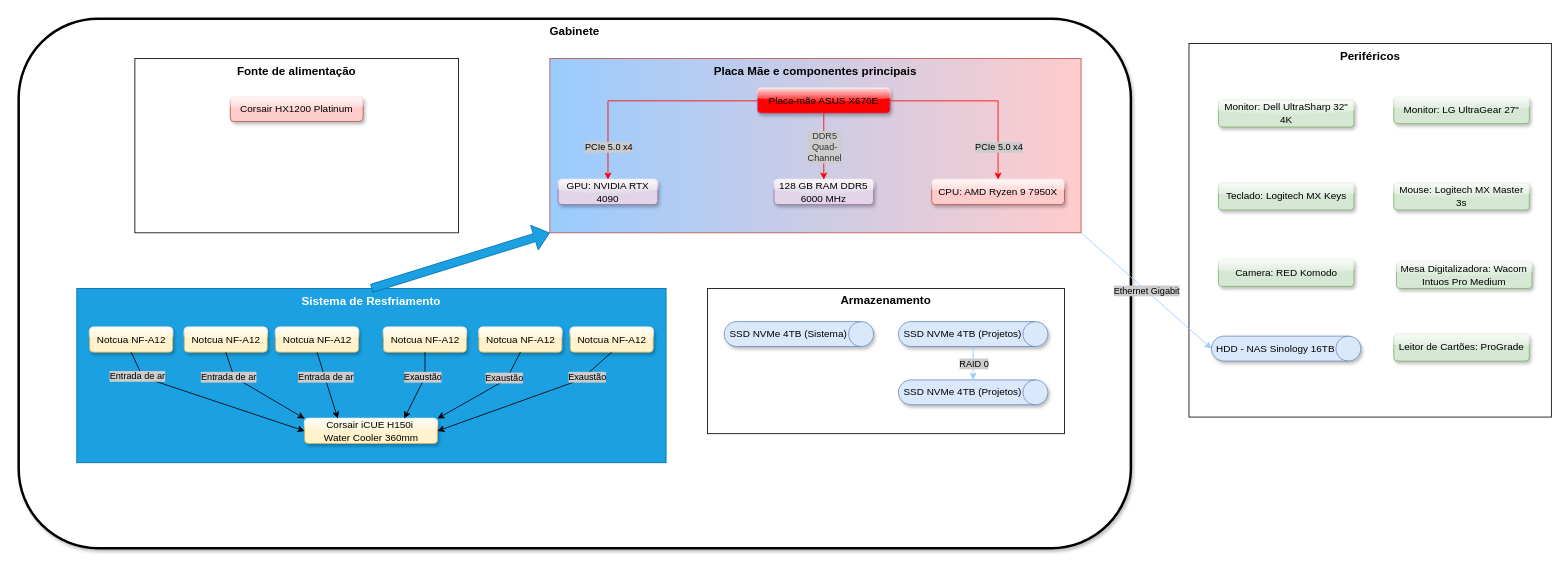
Leopoldofca/Unyleya_1Sem keeps this draw.io diagram as Diagrama sem nome.drawio. Above is the earlier version. Source tidied: cells renumbered, new cells numbered last; positions are measured from the earlier drawing's top-left corner, leaving out a move shared by most shapes. Both pictures are drawn from the tidied source at 83%, with x=0, y=0 at pixel (18, 18).
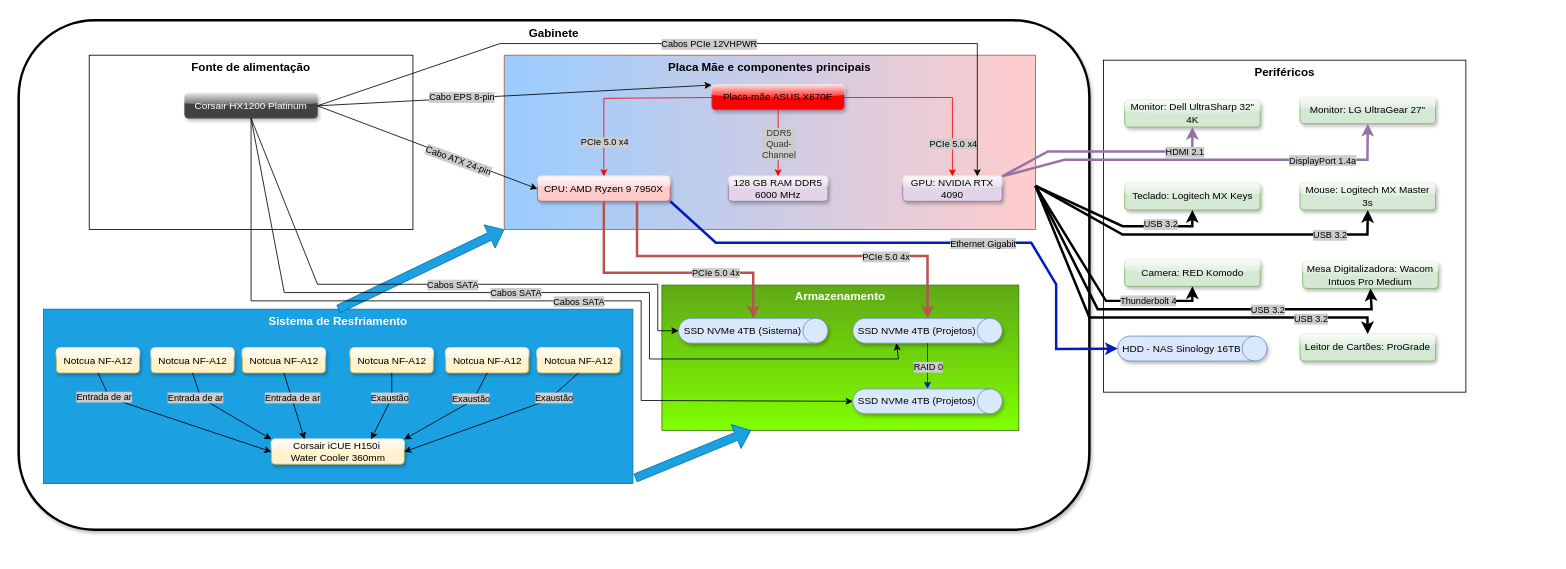
The same page after the edit.

The edit, as a diff of the source:
```diff
@@
     <mxCell id="2" value="Gabinete" style="rounded=1;whiteSpace=wrap;html=1;fontSize=14;fontStyle=1;verticalAlign=top;labelBackgroundColor=default;glass=0;shadow=1;strokeWidth=3;" parent="1" vertex="1">
-      <mxGeometry width="1340" height="638" as="geometry" />
+      <mxGeometry y="1.8" width="1290" height="614" as="geometry" />
     </mxCell>
     <mxCell id="3" value="Fonte de alimentação" style="rounded=0;whiteSpace=wrap;html=1;fontSize=14;verticalAlign=top;fontStyle=1;" parent="1" vertex="1">
-      <mxGeometry x="140" y="48" width="390" height="210" as="geometry" />
+      <mxGeometry x="85" y="44" width="390" height="210" as="geometry" />
     </mxCell>
     <mxCell id="4" value="Placa Mãe e componentes principais" style="rounded=0;whiteSpace=wrap;html=1;verticalAlign=top;fontSize=14;fontStyle=1;fillColor=#99CCFF;gradientColor=#FFCCCC;strokeColor=#b85450;gradientDirection=east;" parent="1" vertex="1">
-      <mxGeometry x="640" y="48" width="640" height="210" as="geometry" />
+      <mxGeometry x="585" y="44" width="640" height="210" as="geometry" />
     </mxCell>
-    <mxCell id="5" value="&lt;div&gt;&lt;br&gt;&lt;/div&gt;&lt;div&gt;&lt;br&gt;&lt;/div&gt;Armazenamento" style="rounded=0;whiteSpace=wrap;html=1;glass=0;labelPosition=center;verticalLabelPosition=middle;align=center;verticalAlign=top;horizontal=1;spacingTop=-35;fontStyle=1;fontSize=14;" parent="1" vertex="1">
-      <mxGeometry x="830" y="325" width="430" height="175" as="geometry" />
+    <mxCell id="5" value="&lt;div&gt;&lt;br&gt;&lt;/div&gt;&lt;div&gt;&lt;br&gt;&lt;/div&gt;Armazenamento" style="rounded=0;whiteSpace=wrap;html=1;glass=0;labelPosition=center;verticalLabelPosition=middle;align=center;verticalAlign=top;horizontal=1;spacingTop=-35;fontStyle=1;fontSize=14;labelBackgroundColor=none;fillColor=#60a917;strokeColor=#2D7600;fontColor=#ffffff;gradientColor=#80FF00;gradientDirection=south;" parent="1" vertex="1">
+      <mxGeometry x="775" y="321" width="430" height="175" as="geometry" />
     </mxCell>
     <mxCell id="6" value="Sistema de Resfriamento" style="rounded=0;whiteSpace=wrap;html=1;fontSize=14;fontStyle=1;verticalAlign=top;fillColor=#1ba1e2;fontColor=#ffffff;strokeColor=#006EAF;" parent="1" vertex="1">
-      <mxGeometry x="70" y="325" width="710" height="210" as="geometry" />
+      <mxGeometry x="30" y="350" width="710" height="210" as="geometry" />
     </mxCell>
     <mxCell id="7" value="Periféricos" style="rounded=0;whiteSpace=wrap;html=1;labelPosition=center;verticalLabelPosition=middle;align=center;verticalAlign=top;fontStyle=1;fontSize=14;" parent="1" vertex="1">
-      <mxGeometry x="1410" y="30" width="436.6" height="450" as="geometry" />
+      <mxGeometry x="1307" y="50" width="436.6" height="400" as="geometry" />
     </mxCell>
     <mxCell id="8" value="SSD NVMe 4TB (Sistema)" style="shape=cylinder3;whiteSpace=wrap;html=1;boundedLbl=1;backgroundOutline=1;size=15;direction=south;fillColor=#dae8fc;strokeColor=#6c8ebf;shadow=1;rounded=1;glass=1;align=center;verticalAlign=middle;fontFamily=Helvetica;fontSize=12;fontColor=default;gradientColor=none;" parent="1" vertex="1">
-      <mxGeometry x="850" y="365" width="180" height="30" as="geometry" />
+      <mxGeometry x="795" y="361" width="180" height="30" as="geometry" />
     </mxCell>
     <mxCell id="9" value="HDD - NAS Sinology 16TB" style="shape=cylinder3;whiteSpace=wrap;html=1;boundedLbl=1;backgroundOutline=1;size=15;direction=south;fillColor=#dae8fc;strokeColor=#6c8ebf;shadow=1;rounded=1;glass=1;align=center;verticalAlign=middle;fontFamily=Helvetica;fontSize=12;fontColor=default;gradientColor=none;" parent="1" vertex="1">
-      <mxGeometry x="1437.1" y="382.5" width="180" height="30" as="geometry" />
+      <mxGeometry x="1324.1" y="382.5" width="180" height="30" as="geometry" />
     </mxCell>
     <mxCell id="10" value="Placa-mãe ASUS X670E" style="rounded=1;whiteSpace=wrap;html=1;fillColor=#FF0000;strokeColor=#9673a6;glass=1;shadow=1;" parent="1" vertex="1">
-      <mxGeometry x="890" y="84" width="160" height="30" as="geometry" />
+      <mxGeometry x="835" y="80" width="160" height="30" as="geometry" />
     </mxCell>
     <mxCell id="11" value="GPU: NVIDIA RTX 4090" style="rounded=1;whiteSpace=wrap;html=1;fillColor=#e1d5e7;strokeColor=#9673a6;glass=1;shadow=1;" parent="1" vertex="1">
-      <mxGeometry x="650" y="194" width="120" height="30" as="geometry" />
+      <mxGeometry x="1065" y="190" width="120" height="30" as="geometry" />
     </mxCell>
     <mxCell id="12" value="128 GB RAM DDR5 6000 MHz" style="rounded=1;whiteSpace=wrap;html=1;fillColor=#e1d5e7;strokeColor=#9673a6;glass=1;shadow=1;" parent="1" vertex="1">
-      <mxGeometry x="910" y="194" width="120" height="30" as="geometry" />
+      <mxGeometry x="855" y="190" width="120" height="30" as="geometry" />
     </mxCell>
     <mxCell id="13" value="CPU: AMD Ryzen 9 7950X" style="rounded=1;whiteSpace=wrap;html=1;fillColor=#FFCCCC;strokeColor=#b85450;glass=1;shadow=1;" parent="1" vertex="1">
-      <mxGeometry x="1100" y="194" width="160" height="30" as="geometry" />
+      <mxGeometry x="625" y="190" width="160" height="30" as="geometry" />
     </mxCell>
     <mxCell id="14" style="group;" parent="1" vertex="1">
-      <mxGeometry x="85.5" y="371.8" width="679" height="140" as="geometry" />
+      <mxGeometry x="45.5" y="396.8" width="679" height="140" as="geometry" />
     </mxCell>
@@
     <mxCell id="34" value="SSD NVMe 4TB (Projetos)" style="shape=cylinder3;whiteSpace=wrap;html=1;boundedLbl=1;backgroundOutline=1;size=15;direction=south;fillColor=#dae8fc;strokeColor=#6c8ebf;shadow=1;rounded=1;glass=1;align=center;verticalAlign=middle;fontFamily=Helvetica;fontSize=12;fontColor=default;gradientColor=none;" parent="1" vertex="1">
-      <mxGeometry x="1060" y="365" width="180" height="30" as="geometry" />
+      <mxGeometry x="1005" y="361" width="180" height="30" as="geometry" />
     </mxCell>
     <mxCell id="35" value="SSD NVMe 4TB (Projetos)" style="shape=cylinder3;whiteSpace=wrap;html=1;boundedLbl=1;backgroundOutline=1;size=15;direction=south;fillColor=#dae8fc;strokeColor=#6c8ebf;shadow=1;rounded=1;glass=1;align=center;verticalAlign=middle;fontFamily=Helvetica;fontSize=12;fontColor=default;gradientColor=none;" parent="1" vertex="1">
-      <mxGeometry x="1060" y="435.2" width="180" height="30" as="geometry" />
+      <mxGeometry x="1005" y="446" width="180" height="30" as="geometry" />
     </mxCell>
-    <mxCell id="36" style="endArrow=classic;html=1;rounded=0;exitX=1;exitY=0.5;exitDx=0;exitDy=0;exitPerimeter=0;strokeColor=#99CCFF;" parent="1" edge="1" source="34" target="35">
+    <mxCell id="36" style="endArrow=classic;html=1;rounded=0;exitX=1;exitY=0.5;exitDx=0;exitDy=0;exitPerimeter=0;strokeColor=#001DBC;fillColor=#0050ef;" parent="1" edge="1" source="34" target="35">
       <mxGeometry relative="1" as="geometry" />
     </mxCell>
@@
-    <mxCell id="38" style="endArrow=classic;html=1;rounded=0;exitX=1;exitY=1;exitDx=0;exitDy=0;entryX=0.5;entryY=1;entryDx=0;entryDy=0;entryPerimeter=0;strokeColor=#99CCFF;" parent="1" edge="1" source="4" target="9">
-      <mxGeometry relative="1" as="geometry" />
+    <mxCell id="38" style="endArrow=classic;html=1;rounded=0;exitX=1;exitY=1;exitDx=0;exitDy=0;entryX=0.5;entryY=1;entryDx=0;entryDy=0;entryPerimeter=0;strokeColor=#001DBC;strokeWidth=3;fillColor=#0050ef;" parent="1" edge="1" source="13" target="9">
+      <mxGeometry relative="1" as="geometry">
+        <Array as="points">
+          <mxPoint x="840" y="270" />
+          <mxPoint x="1220" y="270" />
+          <mxPoint x="1250" y="320" />
+          <mxPoint x="1250" y="398" />
+        </Array>
+      </mxGeometry>
     </mxCell>
     <mxCell id="39" value="Ethernet Gigabit" style="edgeLabel;html=1;align=center;verticalAlign=middle;labelBackgroundColor=#CCCCCC;" parent="38" vertex="1">
-      <mxGeometry relative="1" as="geometry" />
+      <mxGeometry relative="1" as="geometry">
+        <mxPoint x="64" as="offset" />
+      </mxGeometry>
     </mxCell>
-    <mxCell id="40" style="endArrow=classic;html=1;rounded=0;exitX=1;exitY=0.5;exitDx=0;exitDy=0;entryX=0.5;entryY=0;entryDx=0;entryDy=0;strokeColor=#FF0000;" parent="1" edge="1" source="10" target="13">
+    <mxCell id="40" style="endArrow=classic;html=1;rounded=0;exitX=1;exitY=0.5;exitDx=0;exitDy=0;strokeColor=#FF0000;entryX=0.5;entryY=0;entryDx=0;entryDy=0;" parent="1" edge="1" source="10" target="11">
       <mxGeometry relative="1" as="geometry">
         <Array as="points">
-          <mxPoint x="1180" y="99" />
+          <mxPoint x="1125" y="95" />
         </Array>
       </mxGeometry>
     </mxCell>
@@
-    <mxCell id="42" style="endArrow=classic;html=1;rounded=0;exitX=0;exitY=0.5;exitDx=0;exitDy=0;entryX=0.5;entryY=0;entryDx=0;entryDy=0;strokeColor=#FF0000;" parent="1" edge="1" source="10" target="11">
+    <mxCell id="42" style="endArrow=classic;html=1;rounded=0;exitX=0;exitY=0.5;exitDx=0;exitDy=0;strokeColor=#FF0000;entryX=0.5;entryY=0;entryDx=0;entryDy=0;" parent="1" edge="1" source="10" target="13">
       <mxGeometry relative="1" as="geometry">
         <Array as="points">
-          <mxPoint x="710" y="99" />
+          <mxPoint x="705" y="96" />
         </Array>
       </mxGeometry>
     </mxCell>
     <mxCell id="43" value="PCIe 5.0 x4" style="edgeLabel;html=1;align=center;verticalAlign=middle;labelBackgroundColor=#CCCCCC;" parent="42" vertex="1">
       <mxGeometry relative="1" as="geometry">
-        <mxPoint x="-42" y="55" as="offset" />
+        <mxPoint x="-18" y="53" as="offset" />
       </mxGeometry>
     </mxCell>
@@
-    <mxCell id="46" value="Corsair HX1200 Platinum" style="rounded=1;whiteSpace=wrap;html=1;fillColor=#FFCCCC;strokeColor=#b85450;glass=1;shadow=1;" parent="1" vertex="1">
-      <mxGeometry x="255" y="94" width="160" height="30" as="geometry" />
+    <mxCell id="46" value="Corsair HX1200 Platinum" style="rounded=1;whiteSpace=wrap;html=1;fillColor=#424242;strokeColor=#666666;glass=1;shadow=1;fontColor=#FFFFFF;" parent="1" vertex="1">
+      <mxGeometry x="200" y="90" width="160" height="30" as="geometry" />
     </mxCell>
     <mxCell id="47" value="Mesa Digitalizadora: Wacom Intuos Pro Medium" style="rounded=1;whiteSpace=wrap;html=1;fillColor=#d5e8d4;strokeColor=#82b366;glass=1;shadow=1;" parent="1" vertex="1">
-      <mxGeometry x="1660" y="292.5" width="163.3" height="32.5" as="geometry" />
+      <mxGeometry x="1547" y="292.5" width="163.3" height="32.5" as="geometry" />
     </mxCell>
     <mxCell id="48" value="Camera: RED Komodo" style="rounded=1;whiteSpace=wrap;html=1;fillColor=#d5e8d4;strokeColor=#82b366;glass=1;shadow=1;" parent="1" vertex="1">
-      <mxGeometry x="1445.5" y="290" width="163.3" height="32.5" as="geometry" />
+      <mxGeometry x="1332.5" y="290" width="163.3" height="32.5" as="geometry" />
     </mxCell>
     <mxCell id="49" value="&lt;font&gt;Leitor de Cartões: ProGrade&lt;/font&gt;" style="rounded=1;whiteSpace=wrap;html=1;fillColor=#d5e8d4;strokeColor=#82b366;glass=1;shadow=1;" parent="1" vertex="1">
-      <mxGeometry x="1656.8" y="380" width="163.3" height="32.5" as="geometry" />
+      <mxGeometry x="1543.8" y="380" width="163.3" height="32.5" as="geometry" />
     </mxCell>
     <mxCell id="50" value="&lt;font&gt;Monitor: Dell UltraSharp 32&quot; 4K&lt;/font&gt;" style="rounded=1;whiteSpace=wrap;html=1;fillColor=#d5e8d4;strokeColor=#82b366;glass=1;shadow=1;" parent="1" vertex="1">
-      <mxGeometry x="1445.5" y="98" width="163.3" height="32.5" as="geometry" />
+      <mxGeometry x="1332.5" y="98" width="163.3" height="32.5" as="geometry" />
     </mxCell>
     <mxCell id="51" value="Monitor: LG UltraGear 27&quot;" style="rounded=1;whiteSpace=wrap;html=1;fillColor=#d5e8d4;strokeColor=#82b366;glass=1;shadow=1;" parent="1" vertex="1">
-      <mxGeometry x="1656.8" y="94" width="163.3" height="32.5" as="geometry" />
+      <mxGeometry x="1543.8" y="94" width="163.3" height="32.5" as="geometry" />
     </mxCell>
     <mxCell id="52" value="&lt;font&gt;Teclado: Logitech MX Keys&lt;/font&gt;" style="rounded=1;whiteSpace=wrap;html=1;fillColor=#d5e8d4;strokeColor=#82b366;glass=1;shadow=1;" parent="1" vertex="1">
-      <mxGeometry x="1445.5" y="198" width="163.3" height="32.5" as="geometry" />
+      <mxGeometry x="1332.5" y="198" width="163.3" height="32.5" as="geometry" />
     </mxCell>
     <mxCell id="53" value="&lt;font&gt;Mouse: Logitech MX Master 3s&lt;/font&gt;" style="rounded=1;whiteSpace=wrap;html=1;fillColor=#d5e8d4;strokeColor=#82b366;glass=1;shadow=1;" parent="1" vertex="1">
-      <mxGeometry x="1656.8" y="198" width="163.3" height="32.5" as="geometry" />
+      <mxGeometry x="1543.8" y="198" width="163.3" height="32.5" as="geometry" />
     </mxCell>
@@
+    <mxCell id="55" style="endArrow=classic;html=1;rounded=0;exitX=1;exitY=0;exitDx=0;exitDy=0;entryX=0.5;entryY=1;entryDx=0;entryDy=0;strokeWidth=3;strokeColor=#9673a6;fillColor=#e1d5e7;" parent="1" edge="1" source="11" target="50">
+      <mxGeometry relative="1" as="geometry">
+        <Array as="points">
+          <mxPoint x="1240" y="160" />
+          <mxPoint x="1414" y="160" />
+        </Array>
+      </mxGeometry>
+    </mxCell>
+    <mxCell id="56" value="HDMI 2.1" style="edgeLabel;html=1;align=center;verticalAlign=middle;labelBackgroundColor=light-dark(#CCCCCC,#535353);" parent="55" vertex="1">
+      <mxGeometry relative="1" as="geometry">
+        <mxPoint x="94" as="offset" />
+      </mxGeometry>
+    </mxCell>
+    <mxCell id="57" style="endArrow=classic;html=1;rounded=0;exitX=1;exitY=0;exitDx=0;exitDy=0;entryX=0.5;entryY=1;entryDx=0;entryDy=0;strokeWidth=3;strokeColor=#9673a6;fillColor=#e1d5e7;" parent="1" edge="1" source="11" target="51">
+      <mxGeometry relative="1" as="geometry">
+        <Array as="points">
+          <mxPoint x="1260" y="170" />
+          <mxPoint x="1625" y="170" />
+        </Array>
+      </mxGeometry>
+    </mxCell>
+    <mxCell id="58" value="DisplayPort 1.4a" style="edgeLabel;html=1;align=center;verticalAlign=middle;labelBackgroundColor=light-dark(#CCCCCC,#535353);" parent="57" vertex="1">
+      <mxGeometry relative="1" as="geometry">
+        <mxPoint x="145" as="offset" />
+      </mxGeometry>
+    </mxCell>
+    <mxCell id="59" style="endArrow=classic;html=1;rounded=0;exitX=1;exitY=0.75;exitDx=0;exitDy=0;entryX=0.5;entryY=0;entryDx=0;entryDy=0;strokeWidth=3;" parent="1" edge="1" source="4" target="49">
+      <mxGeometry relative="1" as="geometry">
+        <Array as="points">
+          <mxPoint x="1290" y="360" />
+          <mxPoint x="1625" y="360" />
+        </Array>
+      </mxGeometry>
+    </mxCell>
+    <mxCell id="60" value="USB 3.2" style="edgeLabel;html=1;align=center;verticalAlign=middle;labelBackgroundColor=light-dark(#CCCCCC,#535353);" parent="59" vertex="1">
+      <mxGeometry relative="1" as="geometry">
+        <mxPoint x="175" y="1" as="offset" />
+      </mxGeometry>
+    </mxCell>
+    <mxCell id="61" style="endArrow=classic;html=1;rounded=0;exitX=1;exitY=0.75;exitDx=0;exitDy=0;entryX=0.5;entryY=1;entryDx=0;entryDy=0;strokeWidth=3;" parent="1" edge="1" source="4" target="47">
+      <mxGeometry relative="1" as="geometry">
+        <Array as="points">
+          <mxPoint x="1300" y="350" />
+          <mxPoint x="1630" y="350" />
+        </Array>
+      </mxGeometry>
+    </mxCell>
+    <mxCell id="62" value="USB 3.2" style="edgeLabel;html=1;align=center;verticalAlign=middle;labelBackgroundColor=light-dark(#CCCCCC,#535353);" parent="61" vertex="1">
+      <mxGeometry relative="1" as="geometry">
+        <mxPoint x="110" as="offset" />
+      </mxGeometry>
+    </mxCell>
+    <mxCell id="63" style="endArrow=classic;html=1;rounded=0;exitX=1;exitY=0.75;exitDx=0;exitDy=0;entryX=0.5;entryY=1;entryDx=0;entryDy=0;strokeWidth=3;" parent="1" edge="1" source="4" target="48">
+      <mxGeometry relative="1" as="geometry">
+        <Array as="points">
+          <mxPoint x="1310" y="340" />
+          <mxPoint x="1414" y="340" />
+        </Array>
+      </mxGeometry>
+    </mxCell>
+    <mxCell id="64" value="Thunderbolt 4" style="edgeLabel;html=1;align=center;verticalAlign=middle;labelBackgroundColor=light-dark(#CCCCCC,#535353);" parent="63" vertex="1">
+      <mxGeometry relative="1" as="geometry">
+        <mxPoint x="61" y="17" as="offset" />
+      </mxGeometry>
+    </mxCell>
+    <mxCell id="65" style="endArrow=classic;html=1;rounded=0;exitX=1;exitY=0.75;exitDx=0;exitDy=0;entryX=0.5;entryY=1;entryDx=0;entryDy=0;strokeWidth=3;" parent="1" edge="1" source="4" target="52">
+      <mxGeometry relative="1" as="geometry">
+        <Array as="points">
+          <mxPoint x="1330" y="250" />
+          <mxPoint x="1414" y="250" />
+        </Array>
+      </mxGeometry>
+    </mxCell>
+    <mxCell id="66" value="USB 3.2" style="edgeLabel;html=1;align=center;verticalAlign=middle;labelBackgroundColor=light-dark(#CCCCCC,#535353);" parent="65" vertex="1">
+      <mxGeometry relative="1" as="geometry">
+        <mxPoint x="51" as="offset" />
+      </mxGeometry>
+    </mxCell>
+    <mxCell id="67" style="endArrow=classic;html=1;rounded=0;exitX=1;exitY=0.75;exitDx=0;exitDy=0;entryX=0.5;entryY=1;entryDx=0;entryDy=0;strokeWidth=3;" parent="1" edge="1" source="4" target="53">
+      <mxGeometry relative="1" as="geometry">
+        <Array as="points">
+          <mxPoint x="1330" y="260" />
+          <mxPoint x="1625" y="260" />
+        </Array>
+      </mxGeometry>
+    </mxCell>
+    <mxCell id="68" value="USB 3.2" style="edgeLabel;html=1;align=center;verticalAlign=middle;labelBackgroundColor=light-dark(#CCCCCC,#535353);" parent="67" vertex="1">
+      <mxGeometry relative="1" as="geometry">
+        <mxPoint x="148" as="offset" />
+      </mxGeometry>
+    </mxCell>
+    <mxCell id="69" style="endArrow=classic;html=1;rounded=0;exitX=0.5;exitY=1;exitDx=0;exitDy=0;entryX=0;entryY=0.5;entryDx=0;entryDy=0;entryPerimeter=0;strokeWidth=3;fillColor=#f8cecc;strokeColor=#b85450;" parent="1" edge="1" source="13" target="8">
+      <mxGeometry relative="1" as="geometry">
+        <Array as="points">
+          <mxPoint x="705" y="306" />
+          <mxPoint x="885" y="306" />
+        </Array>
+      </mxGeometry>
+    </mxCell>
+    <mxCell id="70" value="&lt;span style=&quot;background-color: light-dark(rgb(204, 204, 204), rgb(83, 83, 83));&quot;&gt;PCIe 5.0 4x&lt;/span&gt;" style="edgeLabel;html=1;align=center;verticalAlign=middle;" parent="69" vertex="1">
+      <mxGeometry relative="1" as="geometry">
+        <mxPoint x="59" as="offset" />
+      </mxGeometry>
+    </mxCell>
+    <mxCell id="71" style="endArrow=classic;html=1;rounded=0;exitX=0.75;exitY=1;exitDx=0;exitDy=0;entryX=0;entryY=0.5;entryDx=0;entryDy=0;entryPerimeter=0;strokeWidth=3;fillColor=#f8cecc;strokeColor=#b85450;" parent="1" edge="1" source="13" target="34">
+      <mxGeometry relative="1" as="geometry">
+        <Array as="points">
+          <mxPoint x="745" y="286" />
+          <mxPoint x="1095" y="286" />
+        </Array>
+      </mxGeometry>
+    </mxCell>
+    <mxCell id="72" value="PCIe 5.0 4x" style="edgeLabel;html=1;align=center;verticalAlign=middle;labelBackgroundColor=light-dark(#CCCCCC,#535353);" parent="71" vertex="1">
+      <mxGeometry relative="1" as="geometry">
+        <mxPoint x="119" as="offset" />
+      </mxGeometry>
+    </mxCell>
+    <mxCell id="73" style="shape=flexArrow;endArrow=classic;html=1;rounded=0;exitX=1.004;exitY=0.969;exitDx=0;exitDy=0;entryX=0.25;entryY=1;entryDx=0;entryDy=0;fillColor=#1ba1e2;strokeColor=#006EAF;exitPerimeter=0;" parent="1" edge="1" source="6" target="5">
+      <mxGeometry relative="1" as="geometry" />
+    </mxCell>
+    <mxCell id="74" style="endArrow=classic;html=1;rounded=0;exitX=1;exitY=0.5;exitDx=0;exitDy=0;entryX=0;entryY=0.5;entryDx=0;entryDy=0;" parent="1" edge="1" source="46" target="13">
+      <mxGeometry relative="1" as="geometry" />
+    </mxCell>
+    <mxCell id="75" value="Cabo ATX 24-pin" style="edgeLabel;html=1;align=center;verticalAlign=middle;rotation=20;labelBackgroundColor=light-dark(#CCCCCC,#535353);" parent="74" vertex="1">
+      <mxGeometry relative="1" as="geometry">
+        <mxPoint x="37" y="15" as="offset" />
+      </mxGeometry>
+    </mxCell>
+    <mxCell id="76" style="endArrow=classic;html=1;rounded=0;exitX=1;exitY=0.5;exitDx=0;exitDy=0;entryX=0.75;entryY=0;entryDx=0;entryDy=0;" parent="1" edge="1" source="46" target="11">
+      <mxGeometry relative="1" as="geometry">
+        <Array as="points">
+          <mxPoint x="580" y="30" />
+          <mxPoint x="1155" y="30" />
+        </Array>
+      </mxGeometry>
+    </mxCell>
+    <mxCell id="77" value="Cabos PCIe 12VHPWR" style="edgeLabel;html=1;align=center;verticalAlign=middle;labelBackgroundColor=light-dark(#CCCCCC,#535353);" parent="76" vertex="1">
+      <mxGeometry relative="1" as="geometry" />
+    </mxCell>
+    <mxCell id="78" style="endArrow=classic;html=1;rounded=0;exitX=1;exitY=0.5;exitDx=0;exitDy=0;entryX=0;entryY=0;entryDx=0;entryDy=0;" parent="1" edge="1" source="46" target="10">
+      <mxGeometry relative="1" as="geometry" />
+    </mxCell>
+    <mxCell id="79" value="Cabo EPS 8-pin" style="edgeLabel;html=1;align=center;verticalAlign=middle;rotation=0;labelBackgroundColor=light-dark(#CCCCCC,#535353);" parent="78" vertex="1">
+      <mxGeometry relative="1" as="geometry">
+        <mxPoint x="-64" y="2" as="offset" />
+      </mxGeometry>
+    </mxCell>
+    <mxCell id="80" style="endArrow=classic;html=1;rounded=0;exitX=0.5;exitY=1;exitDx=0;exitDy=0;entryX=1;entryY=0;entryDx=0;entryDy=127.5;entryPerimeter=0;" parent="1" edge="1" source="46" target="34">
+      <mxGeometry relative="1" as="geometry">
+        <Array as="points">
+          <mxPoint x="320" y="330" />
+          <mxPoint x="760" y="330" />
+          <mxPoint x="760" y="410" />
+          <mxPoint x="1060" y="410" />
+        </Array>
+      </mxGeometry>
+    </mxCell>
+    <mxCell id="81" style="endArrow=classic;html=1;rounded=0;entryX=0.5;entryY=1;entryDx=0;entryDy=0;entryPerimeter=0;" parent="1" edge="1" target="8">
+      <mxGeometry relative="1" as="geometry">
+        <mxPoint x="280" y="120" as="sourcePoint" />
+        <Array as="points">
+          <mxPoint x="360" y="320" />
+          <mxPoint x="770" y="320" />
+          <mxPoint x="770" y="376" />
+        </Array>
+      </mxGeometry>
+    </mxCell>
+    <mxCell id="82" value="Cabos SATA" style="edgeLabel;html=1;align=center;verticalAlign=middle;labelBackgroundColor=light-dark(#CCCCCC,#535353);" parent="81" vertex="1">
+      <mxGeometry relative="1" as="geometry">
+        <mxPoint x="25" as="offset" />
+      </mxGeometry>
+    </mxCell>
+    <mxCell id="83" style="endArrow=classic;html=1;rounded=0;exitX=0.5;exitY=1;exitDx=0;exitDy=0;entryX=0.5;entryY=1;entryDx=0;entryDy=0;entryPerimeter=0;" parent="1" edge="1" source="46" target="35">
+      <mxGeometry relative="1" as="geometry">
+        <Array as="points">
+          <mxPoint x="280" y="340" />
+          <mxPoint x="750" y="340" />
+          <mxPoint x="750" y="460" />
+        </Array>
+      </mxGeometry>
+    </mxCell>
+    <mxCell id="84" value="Cabos SATA" style="edgeLabel;html=1;align=center;verticalAlign=middle;labelBackgroundColor=light-dark(#CCCCCC,#535353);" parent="1" vertex="1">
+      <mxGeometry x="598" y="330" as="geometry" />
+    </mxCell>
+    <mxCell id="85" value="Cabos SATA" style="edgeLabel;html=1;align=center;verticalAlign=middle;labelBackgroundColor=light-dark(#CCCCCC,#535353);" parent="1" vertex="1">
+      <mxGeometry x="674" y="340" as="geometry" />
+    </mxCell>
```
